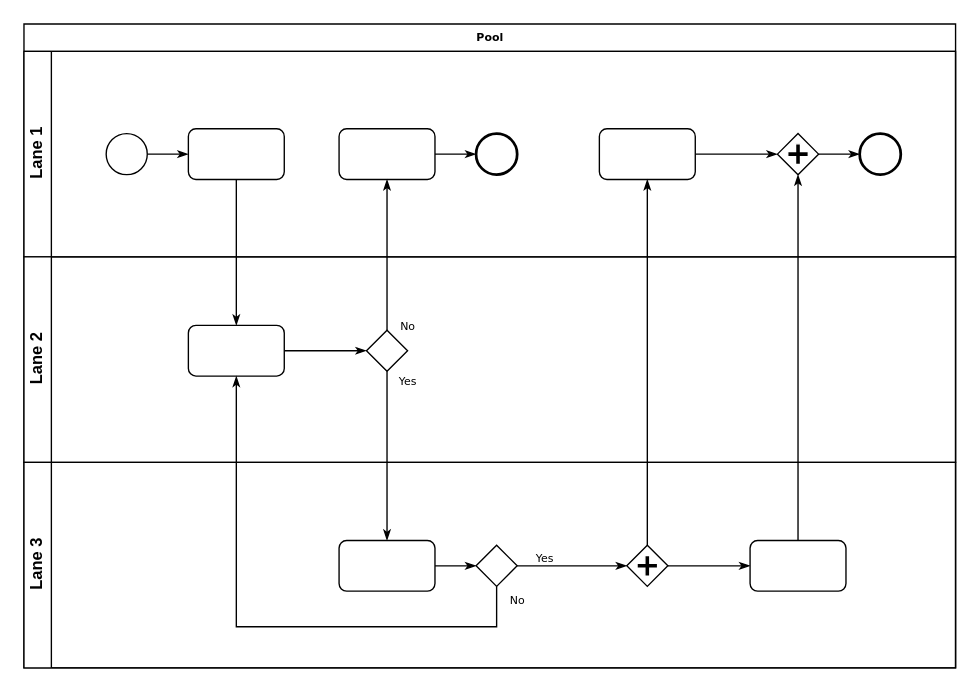
This is Untitled Diagram.drawio from mslz30/May-Shoon-Lett-Zaw, a draw.io file, before an edit. Source tidied: cells renumbered, new cells numbered last; positions are measured from the earlier drawing's top-left corner, leaving out a move shared by most shapes. Both pictures are drawn from the tidied source at 137%, with x=0, y=0 at pixel (23, 23).
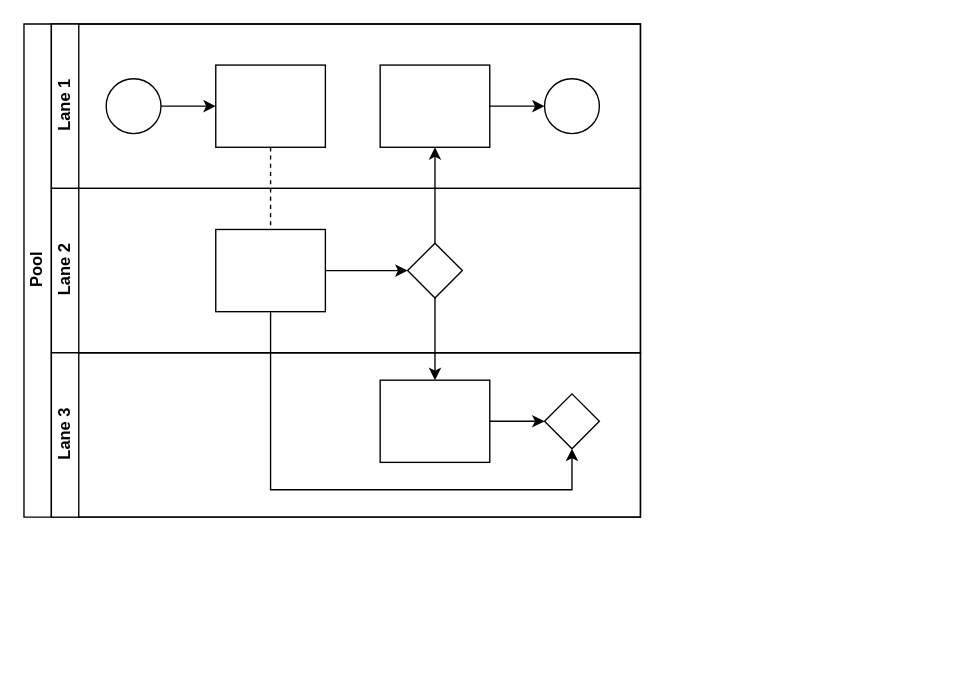
The same page after the edit.

Diff of the diagram source:
```diff
@@
-    <mxCell id="2" value="Pool" style="swimlane;html=1;horizontal=1;startSize=20;rounded=0;shadow=0;labelBackgroundColor=none;strokeWidth=1;fontFamily=Verdana;fontSize=8;align=center;" parent="1" vertex="1">
-      <mxGeometry width="680" height="470" as="geometry" />
+    <mxCell id="2" value="Pool" style="swimlane;html=1;horizontal=0;startSize=20;" parent="1" vertex="1">
+      <mxGeometry width="450" height="360" as="geometry" />
     </mxCell>
+    <mxCell id="33" style="edgeStyle=orthogonalEdgeStyle;rounded=0;jettySize=auto;html=1;dashed=1;endArrow=none;endFill=0;" parent="2" edge="1" source="39" target="44">
+      <mxGeometry relative="1" as="geometry" />
+    </mxCell>
+    <mxCell id="34" style="edgeStyle=orthogonalEdgeStyle;rounded=0;jettySize=auto;html=1;endArrow=classic;endFill=1;" parent="2" edge="1" source="45" target="41">
+      <mxGeometry relative="1" as="geometry" />
+    </mxCell>
+    <mxCell id="35" style="edgeStyle=orthogonalEdgeStyle;rounded=0;jettySize=auto;html=1;endArrow=classic;endFill=1;" parent="2" edge="1" source="45" target="47">
+      <mxGeometry relative="1" as="geometry" />
+    </mxCell>
+    <mxCell id="36" style="edgeStyle=orthogonalEdgeStyle;rounded=0;jettySize=auto;html=1;endArrow=classic;endFill=1;" parent="2" edge="1" source="44" target="48">
+      <mxGeometry relative="1" as="geometry">
+        <Array as="points">
+          <mxPoint x="180" y="340" />
+          <mxPoint x="400" y="340" />
+        </Array>
+      </mxGeometry>
+    </mxCell>
     <mxCell id="3" value="Lane 1" style="swimlane;html=1;startSize=20;horizontal=0;" parent="2" vertex="1">
-      <mxGeometry y="20" width="680" height="150" as="geometry" />
+      <mxGeometry x="20" width="430" height="120" as="geometry" />
     </mxCell>
-    <mxCell id="4" style="edgeStyle=orthogonalEdgeStyle;rounded=0;html=1;labelBackgroundColor=none;startArrow=none;startFill=0;startSize=5;endArrow=classicThin;endFill=1;endSize=5;jettySize=auto;strokeWidth=1;fontFamily=Verdana;fontSize=8;" parent="3" edge="1" source="5" target="6">
-      <mxGeometry relative="1" as="geometry" />
-    </mxCell>
-    <mxCell id="5" style="ellipse;whiteSpace=wrap;html=1;rounded=0;shadow=0;labelBackgroundColor=none;strokeWidth=1;fontFamily=Verdana;fontSize=8;align=center;" parent="3" vertex="1">
-      <mxGeometry x="60" y="60" width="30" height="30" as="geometry" />
-    </mxCell>
-    <mxCell id="6" style="rounded=1;whiteSpace=wrap;html=1;shadow=0;labelBackgroundColor=none;strokeWidth=1;fontFamily=Verdana;fontSize=8;align=center;" parent="3" vertex="1">
-      <mxGeometry x="120" y="56.5" width="70" height="37" as="geometry" />
-    </mxCell>
-    <mxCell id="7" style="edgeStyle=orthogonalEdgeStyle;rounded=0;html=1;labelBackgroundColor=none;startArrow=none;startFill=0;startSize=5;endArrow=classicThin;endFill=1;endSize=5;jettySize=auto;strokeWidth=1;fontFamily=Verdana;fontSize=8;" parent="3" edge="1" source="8" target="9">
-      <mxGeometry relative="1" as="geometry" />
-    </mxCell>
-    <mxCell id="8" style="rounded=1;whiteSpace=wrap;html=1;shadow=0;labelBackgroundColor=none;strokeWidth=1;fontFamily=Verdana;fontSize=8;align=center;" parent="3" vertex="1">
-      <mxGeometry x="230" y="56.5" width="70" height="37" as="geometry" />
-    </mxCell>
-    <mxCell id="9" style="ellipse;whiteSpace=wrap;html=1;rounded=0;shadow=0;labelBackgroundColor=none;strokeWidth=2;fontFamily=Verdana;fontSize=8;align=center;" parent="3" vertex="1">
-      <mxGeometry x="330" y="60" width="30" height="30" as="geometry" />
-    </mxCell>
-    <mxCell id="10" style="edgeStyle=orthogonalEdgeStyle;rounded=0;html=1;entryX=0;entryY=0.5;labelBackgroundColor=none;startArrow=none;startFill=0;startSize=5;endArrow=classicThin;endFill=1;endSize=5;jettySize=auto;strokeWidth=1;fontFamily=Verdana;fontSize=8;" parent="3" edge="1" source="11" target="13">
-      <mxGeometry relative="1" as="geometry" />
-    </mxCell>
-    <mxCell id="11" style="rounded=1;whiteSpace=wrap;html=1;shadow=0;labelBackgroundColor=none;strokeWidth=1;fontFamily=Verdana;fontSize=8;align=center;" parent="3" vertex="1">
-      <mxGeometry x="420" y="56.5" width="70" height="37" as="geometry" />
-    </mxCell>
-    <mxCell id="12" style="edgeStyle=orthogonalEdgeStyle;rounded=0;html=1;labelBackgroundColor=none;startArrow=none;startFill=0;startSize=5;endArrow=classicThin;endFill=1;endSize=5;jettySize=auto;strokeWidth=1;fontFamily=Verdana;fontSize=8;" parent="3" edge="1" source="13" target="14">
-      <mxGeometry relative="1" as="geometry" />
-    </mxCell>
-    <mxCell id="13" style="shape=mxgraph.bpmn.shape;html=1;verticalLabelPosition=bottom;labelBackgroundColor=#ffffff;verticalAlign=top;perimeter=rhombusPerimeter;background=gateway;outline=none;symbol=parallelGw;rounded=1;shadow=0;strokeWidth=1;fontFamily=Verdana;fontSize=8;align=center;" parent="3" vertex="1">
-      <mxGeometry x="550" y="60" width="30" height="30" as="geometry" />
-    </mxCell>
-    <mxCell id="14" style="ellipse;whiteSpace=wrap;html=1;rounded=0;shadow=0;labelBackgroundColor=none;strokeWidth=2;fontFamily=Verdana;fontSize=8;align=center;" parent="3" vertex="1">
-      <mxGeometry x="610" y="60" width="30" height="30" as="geometry" />
-    </mxCell>
+    <mxCell id="37" style="edgeStyle=orthogonalEdgeStyle;rounded=0;jettySize=auto;html=1;" parent="3" edge="1" source="38" target="39">
+      <mxGeometry relative="1" as="geometry" />
+    </mxCell>
+    <mxCell id="38" style="ellipse;whiteSpace=wrap;html=1;" parent="3" vertex="1">
+      <mxGeometry x="40" y="40" width="40" height="40" as="geometry" />
+    </mxCell>
+    <mxCell id="39" style="rounded=0;whiteSpace=wrap;html=1;fontFamily=Helvetica;fontSize=12;fontColor=#000000;align=center;" parent="3" vertex="1">
+      <mxGeometry x="120" y="30" width="80" height="60" as="geometry" />
+    </mxCell>
+    <mxCell id="40" style="edgeStyle=orthogonalEdgeStyle;rounded=0;jettySize=auto;html=1;endArrow=classic;endFill=1;" parent="3" edge="1" source="41" target="42">
+      <mxGeometry relative="1" as="geometry" />
+    </mxCell>
+    <mxCell id="41" style="rounded=0;whiteSpace=wrap;html=1;fontFamily=Helvetica;fontSize=12;fontColor=#000000;align=center;" parent="3" vertex="1">
+      <mxGeometry x="240" y="30" width="80" height="60" as="geometry" />
+    </mxCell>
+    <mxCell id="42" style="ellipse;whiteSpace=wrap;html=1;" parent="3" vertex="1">
+      <mxGeometry x="360" y="40" width="40" height="40" as="geometry" />
+    </mxCell>
     <mxCell id="15" value="Lane 2" style="swimlane;html=1;startSize=20;horizontal=0;" parent="2" vertex="1">
-      <mxGeometry y="170" width="680" height="150" as="geometry" />
+      <mxGeometry x="20" y="120" width="430" height="120" as="geometry" />
     </mxCell>
-    <mxCell id="16" style="edgeStyle=orthogonalEdgeStyle;rounded=0;html=1;labelBackgroundColor=none;startArrow=none;startFill=0;startSize=5;endArrow=classicThin;endFill=1;endSize=5;jettySize=auto;strokeWidth=1;fontFamily=Verdana;fontSize=8;" parent="15" edge="1" source="17" target="18">
-      <mxGeometry relative="1" as="geometry" />
-    </mxCell>
-    <mxCell id="17" style="rounded=1;whiteSpace=wrap;html=1;shadow=0;labelBackgroundColor=none;strokeWidth=1;fontFamily=Verdana;fontSize=8;align=center;" parent="15" vertex="1">
-      <mxGeometry x="120" y="50" width="70" height="37" as="geometry" />
-    </mxCell>
-    <mxCell id="18" style="strokeWidth=1;html=1;shape=mxgraph.flowchart.decision;whiteSpace=wrap;rounded=1;shadow=0;labelBackgroundColor=none;fontFamily=Verdana;fontSize=8;align=center;" parent="15" vertex="1">
-      <mxGeometry x="250" y="53.5" width="30" height="30" as="geometry" />
-    </mxCell>
+    <mxCell id="43" style="edgeStyle=orthogonalEdgeStyle;rounded=0;jettySize=auto;html=1;endArrow=classic;endFill=1;" parent="15" edge="1" source="44" target="45">
+      <mxGeometry relative="1" as="geometry" />
+    </mxCell>
+    <mxCell id="44" style="rounded=0;whiteSpace=wrap;html=1;fontFamily=Helvetica;fontSize=12;fontColor=#000000;align=center;" parent="15" vertex="1">
+      <mxGeometry x="120" y="30" width="80" height="60" as="geometry" />
+    </mxCell>
+    <mxCell id="45" style="rhombus;whiteSpace=wrap;html=1;fontFamily=Helvetica;fontSize=12;fontColor=#000000;align=center;" parent="15" vertex="1">
+      <mxGeometry x="260" y="40" width="40" height="40" as="geometry" />
+    </mxCell>
     <mxCell id="19" value="Lane 3" style="swimlane;html=1;startSize=20;horizontal=0;" parent="2" vertex="1">
-      <mxGeometry y="320" width="680" height="150" as="geometry" />
+      <mxGeometry x="20" y="240" width="430" height="120" as="geometry" />
     </mxCell>
-    <mxCell id="20" style="edgeStyle=orthogonalEdgeStyle;rounded=0;html=1;labelBackgroundColor=none;startArrow=none;startFill=0;startSize=5;endArrow=classicThin;endFill=1;endSize=5;jettySize=auto;strokeWidth=1;fontFamily=Verdana;fontSize=8;" parent="19" edge="1" source="21" target="23">
-      <mxGeometry relative="1" as="geometry" />
-    </mxCell>
-    <mxCell id="21" style="rounded=1;whiteSpace=wrap;html=1;shadow=0;labelBackgroundColor=none;strokeWidth=1;fontFamily=Verdana;fontSize=8;align=center;" parent="19" vertex="1">
-      <mxGeometry x="230" y="57" width="70" height="37" as="geometry" />
-    </mxCell>
-    <mxCell id="22" value="Yes" style="edgeStyle=orthogonalEdgeStyle;rounded=0;html=1;entryX=0;entryY=0.5;labelBackgroundColor=none;startArrow=none;startFill=0;startSize=5;endArrow=classicThin;endFill=1;endSize=5;jettySize=auto;strokeWidth=1;fontFamily=Verdana;fontSize=8;" parent="19" edge="1" source="23" target="25">
-      <mxGeometry x="-0.5" y="6" relative="1" as="geometry" />
-    </mxCell>
-    <mxCell id="23" style="strokeWidth=1;html=1;shape=mxgraph.flowchart.decision;whiteSpace=wrap;rounded=1;shadow=0;labelBackgroundColor=none;fontFamily=Verdana;fontSize=8;align=center;" parent="19" vertex="1">
-      <mxGeometry x="330" y="60.5" width="30" height="30" as="geometry" />
-    </mxCell>
-    <mxCell id="24" style="edgeStyle=orthogonalEdgeStyle;rounded=0;html=1;labelBackgroundColor=none;startArrow=none;startFill=0;startSize=5;endArrow=classicThin;endFill=1;endSize=5;jettySize=auto;strokeColor=#000000;strokeWidth=1;fontFamily=Verdana;fontSize=8;fontColor=#000000;" parent="19" edge="1" source="25" target="26">
-      <mxGeometry relative="1" as="geometry" />
-    </mxCell>
-    <mxCell id="25" style="shape=mxgraph.bpmn.shape;html=1;verticalLabelPosition=bottom;labelBackgroundColor=#ffffff;verticalAlign=top;perimeter=rhombusPerimeter;background=gateway;outline=none;symbol=parallelGw;rounded=1;shadow=0;strokeWidth=1;fontFamily=Verdana;fontSize=8;align=center;" parent="19" vertex="1">
-      <mxGeometry x="440" y="60.5" width="30" height="30" as="geometry" />
-    </mxCell>
-    <mxCell id="26" style="rounded=1;whiteSpace=wrap;html=1;shadow=0;labelBackgroundColor=none;strokeWidth=1;fontFamily=Verdana;fontSize=8;align=center;" parent="19" vertex="1">
-      <mxGeometry x="530" y="57" width="70" height="37" as="geometry" />
-    </mxCell>
-    <mxCell id="27" style="edgeStyle=orthogonalEdgeStyle;rounded=0;html=1;labelBackgroundColor=none;startArrow=none;startFill=0;startSize=5;endArrow=classicThin;endFill=1;endSize=5;jettySize=auto;strokeWidth=1;fontFamily=Verdana;fontSize=8;" parent="2" edge="1" source="6" target="17">
-      <mxGeometry relative="1" as="geometry" />
-    </mxCell>
-    <mxCell id="28" value="No" style="edgeStyle=orthogonalEdgeStyle;rounded=0;html=1;labelBackgroundColor=none;startArrow=none;startFill=0;startSize=5;endArrow=classicThin;endFill=1;endSize=5;jettySize=auto;strokeWidth=1;fontFamily=Verdana;fontSize=8;" parent="2" edge="1" source="18" target="8">
-      <mxGeometry x="-0.94" y="-15" relative="1" as="geometry" />
-    </mxCell>
-    <mxCell id="29" value="Yes" style="edgeStyle=orthogonalEdgeStyle;rounded=0;html=1;labelBackgroundColor=none;startArrow=none;startFill=0;startSize=5;endArrow=classicThin;endFill=1;endSize=5;jettySize=auto;strokeWidth=1;fontFamily=Verdana;fontSize=8;" parent="2" edge="1" source="18" target="21">
-      <mxGeometry x="-0.89" y="15" relative="1" as="geometry" />
-    </mxCell>
-    <mxCell id="30" style="edgeStyle=orthogonalEdgeStyle;rounded=0;html=1;entryX=0.5;entryY=1;labelBackgroundColor=none;startArrow=none;startFill=0;startSize=5;endArrow=classicThin;endFill=1;endSize=5;jettySize=auto;strokeWidth=1;fontFamily=Verdana;fontSize=8;" parent="2" edge="1" source="26" target="13">
-      <mxGeometry relative="1" as="geometry" />
-    </mxCell>
-    <mxCell id="31" value="No" style="edgeStyle=orthogonalEdgeStyle;rounded=0;html=1;labelBackgroundColor=none;startArrow=none;startFill=0;startSize=5;endArrow=classicThin;endFill=1;endSize=5;jettySize=auto;strokeWidth=1;fontFamily=Verdana;fontSize=8;" parent="2" edge="1" source="23" target="17">
-      <mxGeometry x="-0.95" y="15" relative="1" as="geometry">
-        <Array as="points">
-          <mxPoint x="345" y="440" />
-          <mxPoint x="155" y="440" />
-        </Array>
-      </mxGeometry>
-    </mxCell>
-    <mxCell id="32" style="edgeStyle=orthogonalEdgeStyle;rounded=0;html=1;labelBackgroundColor=none;startArrow=none;startFill=0;startSize=5;endArrow=classicThin;endFill=1;endSize=5;jettySize=auto;strokeWidth=1;fontFamily=Verdana;fontSize=8;" parent="2" edge="1" source="25" target="11">
-      <mxGeometry relative="1" as="geometry" />
-    </mxCell>
+    <mxCell id="46" style="edgeStyle=orthogonalEdgeStyle;rounded=0;jettySize=auto;html=1;endArrow=classic;endFill=1;" parent="19" edge="1" source="47" target="48">
+      <mxGeometry relative="1" as="geometry" />
+    </mxCell>
+    <mxCell id="47" style="rounded=0;whiteSpace=wrap;html=1;fontFamily=Helvetica;fontSize=12;fontColor=#000000;align=center;" parent="19" vertex="1">
+      <mxGeometry x="240" y="20" width="80" height="60" as="geometry" />
+    </mxCell>
+    <mxCell id="48" style="rhombus;whiteSpace=wrap;html=1;fontFamily=Helvetica;fontSize=12;fontColor=#000000;align=center;" parent="19" vertex="1">
+      <mxGeometry x="360" y="30" width="40" height="40" as="geometry" />
+    </mxCell>
```
